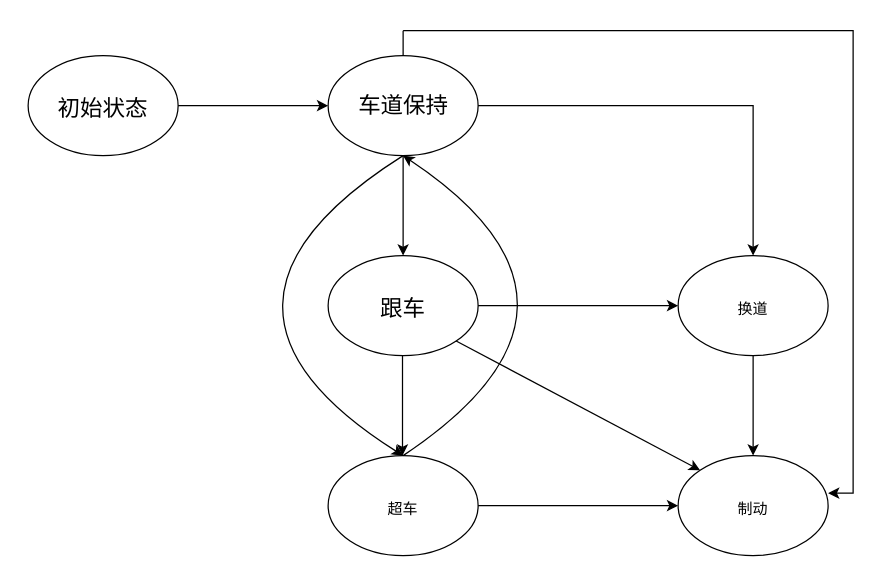
Above: tt.drawio in xinlinpeng/res (draw.io), before the change. Source tidied: cells renumbered, new cells numbered last; positions are measured from the earlier drawing's top-left corner, leaving out a move shared by most shapes. Both pictures are drawn from the tidied source at 125%, with x=0, y=0 at pixel (21, 30).
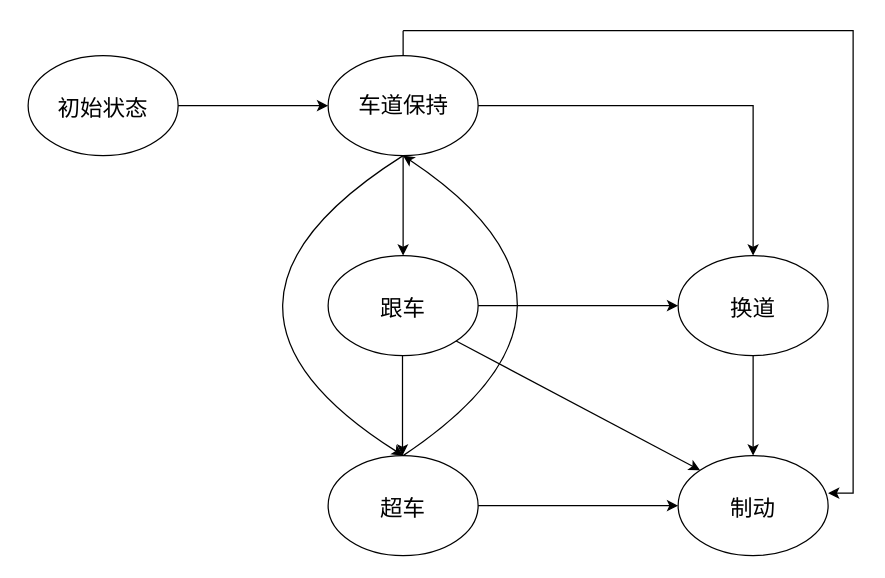
The same page after the edit.

Change to the diagram source:
```diff
@@
-    <mxCell id="10" value="超车" style="text;html=1;strokeColor=none;fillColor=none;align=center;verticalAlign=middle;whiteSpace=wrap;rounded=0;" parent="1" vertex="1">
+    <mxCell id="10" value="&lt;font style=&quot;font-size: 18px;&quot;&gt;超车&lt;/font&gt;" style="text;html=1;strokeColor=none;fillColor=none;align=center;verticalAlign=middle;whiteSpace=wrap;rounded=0;" parent="1" vertex="1">
       <mxGeometry x="270" y="365" width="70" height="35" as="geometry" />
     </mxCell>
@@
-    <mxCell id="12" value="换道" style="text;html=1;strokeColor=none;fillColor=none;align=center;verticalAlign=middle;whiteSpace=wrap;rounded=0;" parent="1" vertex="1">
+    <mxCell id="12" value="&lt;font style=&quot;font-size: 18px;&quot;&gt;换道&lt;/font&gt;" style="text;html=1;strokeColor=none;fillColor=none;align=center;verticalAlign=middle;whiteSpace=wrap;rounded=0;" parent="1" vertex="1">
       <mxGeometry x="550" y="205" width="70" height="35" as="geometry" />
     </mxCell>
@@
-    <mxCell id="14" value="制动" style="text;html=1;strokeColor=none;fillColor=none;align=center;verticalAlign=middle;whiteSpace=wrap;rounded=0;" parent="1" vertex="1">
+    <mxCell id="14" value="&lt;font style=&quot;font-size: 18px;&quot;&gt;制动&lt;/font&gt;" style="text;html=1;strokeColor=none;fillColor=none;align=center;verticalAlign=middle;whiteSpace=wrap;rounded=0;" parent="1" vertex="1">
       <mxGeometry x="550" y="365" width="70" height="35" as="geometry" />
     </mxCell>
```
